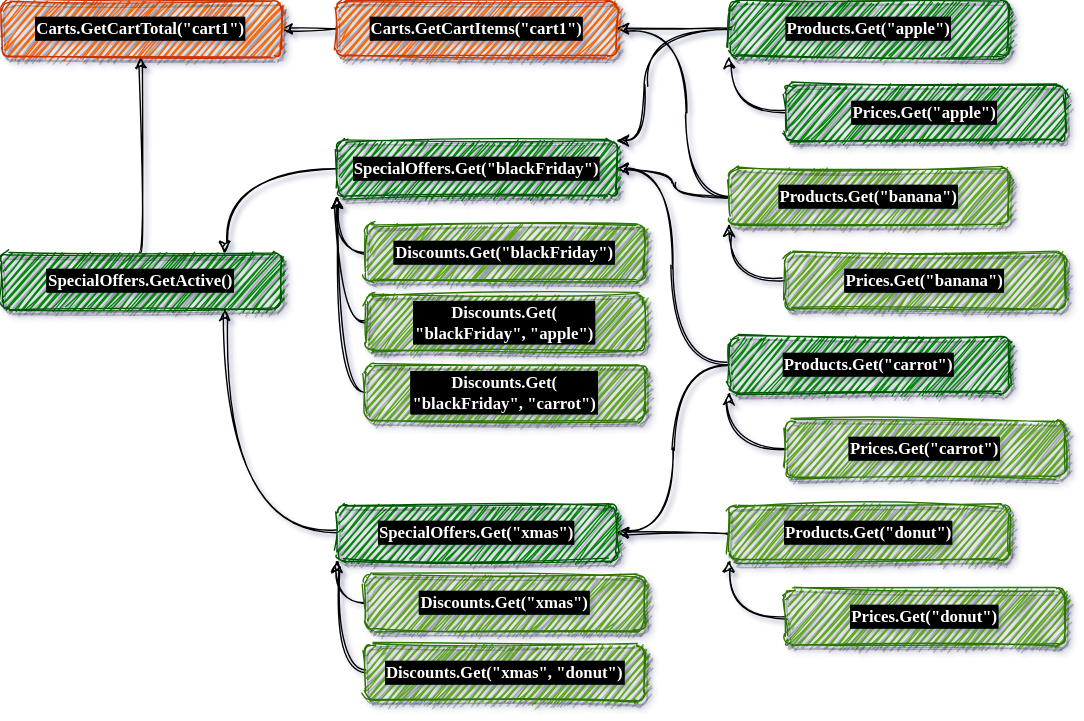
Before: Slides/Fusion_v2/diagrams/invalidation/5.dio.svg, a diagram exported from draw.io (alexyakunin/Stl.Fusion.Materials). Source tidied: cells renumbered, new cells last; positions are measured from the earlier drawing's top-left corner, leaving out a move shared by most shapes. Source of this version:
```xml
<mxGraphModel shadow="1">
  <root>
    <mxCell id="0" />
    <mxCell id="1" parent="0" />
    <mxCell id="2" style="edgeStyle=orthogonalEdgeStyle;orthogonalLoop=1;jettySize=auto;html=1;exitX=0;exitY=0.5;exitDx=0;exitDy=0;entryX=1;entryY=0.5;entryDx=0;entryDy=0;sketch=1;curved=1;" parent="1" edge="1">
      <mxGeometry relative="1" as="geometry">
        <mxPoint x="240" y="20" as="sourcePoint" />
        <mxPoint x="200" y="20" as="targetPoint" />
      </mxGeometry>
    </mxCell>
    <mxCell id="3" style="edgeStyle=orthogonalEdgeStyle;jettySize=auto;html=1;exitX=0;exitY=0.5;exitDx=0;exitDy=0;sketch=1;curved=1;" parent="1" edge="1" source="5">
      <mxGeometry relative="1" as="geometry">
        <mxPoint x="440" y="20" as="targetPoint" />
      </mxGeometry>
    </mxCell>
    <mxCell id="4" style="edgeStyle=orthogonalEdgeStyle;curved=1;rounded=0;sketch=1;jettySize=auto;html=1;exitX=0;exitY=0.5;exitDx=0;exitDy=0;entryX=1;entryY=0;entryDx=0;entryDy=0;" parent="1" edge="1" source="5" target="18">
      <mxGeometry relative="1" as="geometry">
        <Array as="points">
          <mxPoint x="460" y="20" />
          <mxPoint x="460" y="100" />
        </Array>
      </mxGeometry>
    </mxCell>
    <mxCell id="5" value="Products.Get(&quot;apple&quot;)" style="whiteSpace=wrap;html=1;fillColor=#008a00;strokeColor=#005700;fontColor=#ffffff;fontFamily=Comic Sans MS;fontStyle=1;labelBackgroundColor=#000000;labelBorderColor=#000000;strokeWidth=1;perimeterSpacing=0;shadow=1;glass=0;sketch=1;rounded=1;" parent="1" vertex="1">
      <mxGeometry x="520" width="200" height="40" as="geometry" />
    </mxCell>
    <mxCell id="6" style="edgeStyle=orthogonalEdgeStyle;curved=1;rounded=0;sketch=1;jettySize=auto;html=1;exitX=0.5;exitY=0;exitDx=0;exitDy=0;entryX=0.5;entryY=1;entryDx=0;entryDy=0;" parent="1" edge="1" source="7">
      <mxGeometry relative="1" as="geometry">
        <mxPoint x="100" y="40" as="targetPoint" />
      </mxGeometry>
    </mxCell>
    <mxCell id="7" value="SpecialOffers.GetActive()" style="whiteSpace=wrap;html=1;fillColor=#008a00;strokeColor=#005700;fontColor=#ffffff;fontFamily=Comic Sans MS;fontStyle=1;labelBackgroundColor=#000000;labelBorderColor=#000000;strokeWidth=1;perimeterSpacing=0;shadow=1;glass=0;sketch=1;rounded=1;" parent="1" vertex="1">
      <mxGeometry y="180" width="200" height="40" as="geometry" />
    </mxCell>
    <mxCell id="8" style="edgeStyle=orthogonalEdgeStyle;jettySize=auto;html=1;exitX=0;exitY=0.5;exitDx=0;exitDy=0;sketch=1;curved=1;" parent="1" edge="1" source="19" target="7">
      <mxGeometry relative="1" as="geometry">
        <Array as="points">
          <mxPoint x="160" y="380" />
        </Array>
      </mxGeometry>
    </mxCell>
    <mxCell id="9" style="edgeStyle=orthogonalEdgeStyle;jettySize=auto;html=1;exitX=0;exitY=0.5;exitDx=0;exitDy=0;entryX=1;entryY=0.5;entryDx=0;entryDy=0;sketch=1;curved=1;" parent="1" edge="1" source="11" target="18">
      <mxGeometry relative="1" as="geometry" />
    </mxCell>
    <mxCell id="10" style="edgeStyle=orthogonalEdgeStyle;jettySize=auto;html=1;exitX=0;exitY=0.5;exitDx=0;exitDy=0;entryX=1;entryY=0.5;entryDx=0;entryDy=0;sketch=1;curved=1;" parent="1" edge="1" source="11">
      <mxGeometry relative="1" as="geometry">
        <mxPoint x="440" y="20" as="targetPoint" />
        <Array as="points">
          <mxPoint x="490" y="140" />
          <mxPoint x="490" y="20" />
        </Array>
      </mxGeometry>
    </mxCell>
    <mxCell id="11" value="Products.Get(&quot;banana&quot;)" style="whiteSpace=wrap;html=1;fontFamily=Comic Sans MS;fontStyle=1;labelBackgroundColor=#000000;labelBorderColor=#000000;strokeWidth=1;perimeterSpacing=0;shadow=1;glass=0;sketch=1;rounded=1;fillColor=#60a917;strokeColor=#2D7600;fontColor=#ffffff;" parent="1" vertex="1">
      <mxGeometry x="520" y="120" width="200" height="40" as="geometry" />
    </mxCell>
    <mxCell id="12" style="edgeStyle=orthogonalEdgeStyle;jettySize=auto;html=1;exitX=0;exitY=0.5;exitDx=0;exitDy=0;entryX=1;entryY=0.5;entryDx=0;entryDy=0;sketch=1;curved=1;" parent="1" edge="1" source="14" target="18">
      <mxGeometry relative="1" as="geometry" />
    </mxCell>
    <mxCell id="13" style="edgeStyle=orthogonalEdgeStyle;jettySize=auto;html=1;exitX=0;exitY=0.5;exitDx=0;exitDy=0;entryX=1;entryY=0.5;entryDx=0;entryDy=0;sketch=1;curved=1;" parent="1" edge="1" source="14" target="19">
      <mxGeometry relative="1" as="geometry" />
    </mxCell>
    <mxCell id="14" value="Products.Get(&quot;carrot&quot;)" style="whiteSpace=wrap;html=1;fillColor=#008a00;strokeColor=#005700;fontColor=#ffffff;fontFamily=Comic Sans MS;fontStyle=1;labelBackgroundColor=#000000;labelBorderColor=#000000;strokeWidth=1;perimeterSpacing=0;shadow=1;glass=0;sketch=1;rounded=1;" parent="1" vertex="1">
      <mxGeometry x="520" y="240" width="200" height="40" as="geometry" />
    </mxCell>
    <mxCell id="15" style="edgeStyle=orthogonalEdgeStyle;jettySize=auto;html=1;exitX=0;exitY=0.5;exitDx=0;exitDy=0;sketch=1;curved=1;" parent="1" edge="1" source="16" target="19">
      <mxGeometry relative="1" as="geometry" />
    </mxCell>
    <mxCell id="16" value="Products.Get(&quot;donut&quot;)" style="whiteSpace=wrap;html=1;fillColor=#60a917;strokeColor=#2D7600;fontColor=#ffffff;fontFamily=Comic Sans MS;fontStyle=1;labelBackgroundColor=#000000;labelBorderColor=#000000;strokeWidth=1;perimeterSpacing=0;shadow=1;glass=0;sketch=1;rounded=1;" parent="1" vertex="1">
      <mxGeometry x="520" y="360" width="200" height="40" as="geometry" />
    </mxCell>
    <mxCell id="17" style="edgeStyle=orthogonalEdgeStyle;jettySize=auto;html=1;exitX=0;exitY=0.5;exitDx=0;exitDy=0;sketch=1;curved=1;" parent="1" edge="1" source="18" target="7">
      <mxGeometry relative="1" as="geometry">
        <Array as="points">
          <mxPoint x="160" y="120" />
        </Array>
      </mxGeometry>
    </mxCell>
    <mxCell id="18" value="SpecialOffers.Get(&quot;blackFriday&quot;)" style="whiteSpace=wrap;html=1;fillColor=#008a00;strokeColor=#005700;fontColor=#ffffff;fontFamily=Comic Sans MS;fontStyle=1;labelBackgroundColor=#000000;labelBorderColor=#000000;strokeWidth=1;perimeterSpacing=0;shadow=1;glass=0;sketch=1;rounded=1;" parent="1" vertex="1">
      <mxGeometry x="240" y="100" width="200" height="40" as="geometry" />
    </mxCell>
    <mxCell id="19" value="SpecialOffers.Get(&quot;xmas&quot;)" style="whiteSpace=wrap;html=1;fillColor=#008a00;strokeColor=#005700;fontColor=#ffffff;fontFamily=Comic Sans MS;fontStyle=1;labelBackgroundColor=#000000;labelBorderColor=#000000;strokeWidth=1;perimeterSpacing=0;shadow=1;glass=0;sketch=1;rounded=1;" parent="1" vertex="1">
      <mxGeometry x="240" y="360" width="200" height="40" as="geometry" />
    </mxCell>
    <mxCell id="20" style="edgeStyle=orthogonalEdgeStyle;jettySize=auto;html=1;exitX=0;exitY=0.5;exitDx=0;exitDy=0;entryX=0;entryY=1;entryDx=0;entryDy=0;sketch=1;curved=1;" parent="1" edge="1" source="21" target="5">
      <mxGeometry relative="1" as="geometry" />
    </mxCell>
    <mxCell id="21" value="Prices.Get(&quot;apple&quot;)" style="whiteSpace=wrap;html=1;fillColor=#008a00;strokeColor=#005700;fontColor=#ffffff;fontFamily=Comic Sans MS;fontStyle=1;labelBackgroundColor=#000000;labelBorderColor=#000000;strokeWidth=1;perimeterSpacing=0;shadow=1;glass=0;sketch=1;rounded=1;" parent="1" vertex="1">
      <mxGeometry x="560" y="60" width="200" height="40" as="geometry" />
    </mxCell>
    <mxCell id="22" style="edgeStyle=orthogonalEdgeStyle;jettySize=auto;html=1;exitX=0;exitY=0.5;exitDx=0;exitDy=0;entryX=0;entryY=1;entryDx=0;entryDy=0;sketch=1;curved=1;" parent="1" edge="1" source="23" target="14">
      <mxGeometry relative="1" as="geometry" />
    </mxCell>
    <mxCell id="23" value="Prices.Get(&quot;carrot&quot;)" style="whiteSpace=wrap;html=1;fillColor=#60a917;strokeColor=#2D7600;fontColor=#ffffff;fontFamily=Comic Sans MS;fontStyle=1;labelBackgroundColor=#000000;labelBorderColor=#000000;strokeWidth=1;perimeterSpacing=0;shadow=1;glass=0;sketch=1;rounded=1;" parent="1" vertex="1">
      <mxGeometry x="560" y="300" width="200" height="40" as="geometry" />
    </mxCell>
    <mxCell id="24" style="edgeStyle=orthogonalEdgeStyle;jettySize=auto;html=1;exitX=0;exitY=0.5;exitDx=0;exitDy=0;entryX=0;entryY=1;entryDx=0;entryDy=0;sketch=1;curved=1;" parent="1" edge="1" source="25" target="18">
      <mxGeometry relative="1" as="geometry" />
    </mxCell>
    <mxCell id="25" value="Discounts.Get(&quot;blackFriday&quot;)" style="whiteSpace=wrap;html=1;fillColor=#60a917;strokeColor=#2D7600;fontColor=#ffffff;fontFamily=Comic Sans MS;fontStyle=1;labelBackgroundColor=#000000;labelBorderColor=#000000;strokeWidth=1;perimeterSpacing=0;shadow=1;glass=0;sketch=1;rounded=1;" parent="1" vertex="1">
      <mxGeometry x="260" y="160" width="200" height="40" as="geometry" />
    </mxCell>
    <mxCell id="26" style="edgeStyle=orthogonalEdgeStyle;jettySize=auto;html=1;exitX=0;exitY=0.5;exitDx=0;exitDy=0;entryX=0;entryY=1;entryDx=0;entryDy=0;sketch=1;curved=1;" parent="1" edge="1" source="27" target="18">
      <mxGeometry relative="1" as="geometry" />
    </mxCell>
    <mxCell id="27" value="Discounts.Get(&lt;br&gt;&quot;blackFriday&quot;, &quot;apple&quot;)" style="whiteSpace=wrap;html=1;fillColor=#60a917;strokeColor=#2D7600;fontColor=#ffffff;fontFamily=Comic Sans MS;fontStyle=1;labelBackgroundColor=#000000;labelBorderColor=#000000;strokeWidth=1;perimeterSpacing=0;shadow=1;glass=0;sketch=1;rounded=1;" parent="1" vertex="1">
      <mxGeometry x="260" y="210" width="200" height="40" as="geometry" />
    </mxCell>
    <mxCell id="28" style="edgeStyle=orthogonalEdgeStyle;jettySize=auto;html=1;exitX=0;exitY=0.5;exitDx=0;exitDy=0;sketch=1;curved=1;" parent="1" edge="1" source="29">
      <mxGeometry relative="1" as="geometry">
        <mxPoint x="240" y="140" as="targetPoint" />
      </mxGeometry>
    </mxCell>
    <mxCell id="29" value="Discounts.Get(&lt;br&gt;&quot;blackFriday&quot;, &quot;carrot&quot;)" style="whiteSpace=wrap;html=1;fillColor=#60a917;strokeColor=#2D7600;fontColor=#ffffff;fontFamily=Comic Sans MS;fontStyle=1;labelBackgroundColor=#000000;labelBorderColor=#000000;strokeWidth=1;perimeterSpacing=0;shadow=1;glass=0;sketch=1;rounded=1;" parent="1" vertex="1">
      <mxGeometry x="260" y="260" width="200" height="40" as="geometry" />
    </mxCell>
    <mxCell id="30" style="edgeStyle=orthogonalEdgeStyle;jettySize=auto;html=1;exitX=0;exitY=0.5;exitDx=0;exitDy=0;entryX=0;entryY=1;entryDx=0;entryDy=0;sketch=1;curved=1;" parent="1" edge="1" source="31" target="19">
      <mxGeometry relative="1" as="geometry" />
    </mxCell>
    <mxCell id="31" value="Discounts.Get(&quot;xmas&quot;)" style="whiteSpace=wrap;html=1;fillColor=#60a917;strokeColor=#2D7600;fontColor=#ffffff;fontFamily=Comic Sans MS;fontStyle=1;labelBackgroundColor=#000000;labelBorderColor=#000000;strokeWidth=1;perimeterSpacing=0;shadow=1;glass=0;sketch=1;rounded=1;" parent="1" vertex="1">
      <mxGeometry x="260" y="410" width="200" height="40" as="geometry" />
    </mxCell>
    <mxCell id="32" style="edgeStyle=orthogonalEdgeStyle;jettySize=auto;html=1;exitX=0;exitY=0.5;exitDx=0;exitDy=0;sketch=1;curved=1;" parent="1" edge="1" source="33">
      <mxGeometry relative="1" as="geometry">
        <mxPoint x="240" y="400" as="targetPoint" />
      </mxGeometry>
    </mxCell>
    <mxCell id="33" value="Discounts.Get(&quot;xmas&quot;, &quot;donut&quot;)" style="whiteSpace=wrap;html=1;fillColor=#60a917;strokeColor=#2D7600;fontColor=#ffffff;fontFamily=Comic Sans MS;fontStyle=1;labelBackgroundColor=#000000;labelBorderColor=#000000;strokeWidth=1;perimeterSpacing=0;shadow=1;glass=0;sketch=1;rounded=1;" parent="1" vertex="1">
      <mxGeometry x="260" y="460" width="200" height="40" as="geometry" />
    </mxCell>
    <mxCell id="34" style="edgeStyle=orthogonalEdgeStyle;jettySize=auto;html=1;exitX=0;exitY=0.5;exitDx=0;exitDy=0;entryX=0;entryY=1;entryDx=0;entryDy=0;sketch=1;curved=1;" parent="1" edge="1" source="35" target="16">
      <mxGeometry relative="1" as="geometry" />
    </mxCell>
    <mxCell id="35" value="Prices.Get(&quot;donut&quot;)" style="whiteSpace=wrap;html=1;fillColor=#60a917;strokeColor=#2D7600;fontColor=#ffffff;fontFamily=Comic Sans MS;fontStyle=1;labelBackgroundColor=#000000;labelBorderColor=#000000;strokeWidth=1;perimeterSpacing=0;shadow=1;glass=0;sketch=1;rounded=1;" parent="1" vertex="1">
      <mxGeometry x="560" y="420" width="200" height="40" as="geometry" />
    </mxCell>
    <mxCell id="36" value="Carts.GetCartTotal(&quot;cart1&quot;)" style="whiteSpace=wrap;html=1;fontFamily=Comic Sans MS;fontStyle=1;labelBackgroundColor=#000000;labelBorderColor=#000000;strokeWidth=1;perimeterSpacing=0;shadow=1;glass=0;sketch=1;rounded=1;fillColor=#fa6800;strokeColor=#C73500;fontColor=#ffffff;" parent="1" vertex="1">
      <mxGeometry width="200" height="40" as="geometry" />
    </mxCell>
    <mxCell id="37" value="Carts.GetCartItems(&quot;cart1&quot;)" style="whiteSpace=wrap;html=1;fontFamily=Comic Sans MS;fontStyle=1;labelBackgroundColor=#000000;labelBorderColor=#000000;strokeWidth=1;perimeterSpacing=0;shadow=1;glass=0;sketch=1;rounded=1;fillColor=#fa6800;strokeColor=#C73500;fontColor=#ffffff;" parent="1" vertex="1">
      <mxGeometry x="240" width="200" height="40" as="geometry" />
    </mxCell>
    <mxCell id="38" style="edgeStyle=orthogonalEdgeStyle;jettySize=auto;html=1;exitX=0;exitY=0.5;exitDx=0;exitDy=0;entryX=0;entryY=1;entryDx=0;entryDy=0;sketch=1;curved=1;" parent="1" edge="1" source="39">
      <mxGeometry relative="1" as="geometry">
        <mxPoint x="520" y="160" as="targetPoint" />
      </mxGeometry>
    </mxCell>
    <mxCell id="39" value="Prices.Get(&quot;banana&quot;)" style="whiteSpace=wrap;html=1;fillColor=#60a917;strokeColor=#2D7600;fontColor=#ffffff;fontFamily=Comic Sans MS;fontStyle=1;labelBackgroundColor=#000000;labelBorderColor=#000000;strokeWidth=1;perimeterSpacing=0;shadow=1;glass=0;sketch=1;rounded=1;" parent="1" vertex="1">
      <mxGeometry x="560" y="180" width="200" height="40" as="geometry" />
    </mxCell>
  </root>
</mxGraphModel>
```
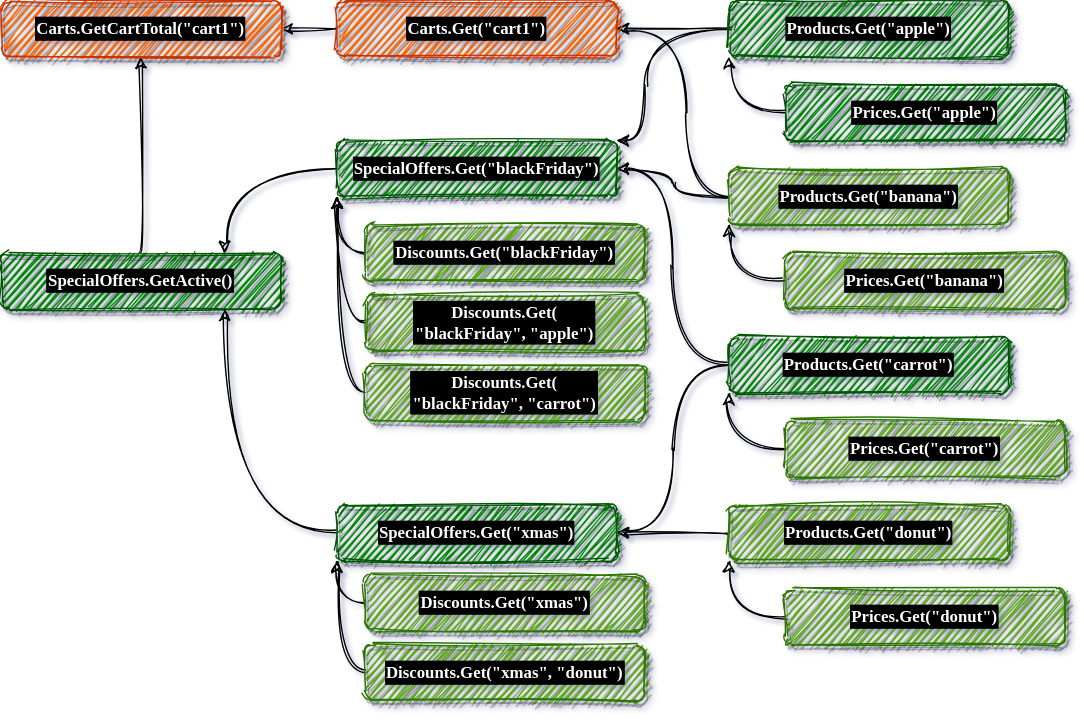
The same file after the commit.

Change to the diagram source:
```diff
@@ -137,7 +137,7 @@
     <mxCell id="36" value="Carts.GetCartTotal(&quot;cart1&quot;)" style="whiteSpace=wrap;html=1;fontFamily=Comic Sans MS;fontStyle=1;labelBackgroundColor=#000000;labelBorderColor=#000000;strokeWidth=1;perimeterSpacing=0;shadow=1;glass=0;sketch=1;rounded=1;fillColor=#fa6800;strokeColor=#C73500;fontColor=#ffffff;" parent="1" vertex="1">
       <mxGeometry width="200" height="40" as="geometry" />
     </mxCell>
-    <mxCell id="37" value="Carts.GetCartItems(&quot;cart1&quot;)" style="whiteSpace=wrap;html=1;fontFamily=Comic Sans MS;fontStyle=1;labelBackgroundColor=#000000;labelBorderColor=#000000;strokeWidth=1;perimeterSpacing=0;shadow=1;glass=0;sketch=1;rounded=1;fillColor=#fa6800;strokeColor=#C73500;fontColor=#ffffff;" parent="1" vertex="1">
+    <mxCell id="37" value="Carts.Get(&quot;cart1&quot;)" style="whiteSpace=wrap;html=1;fontFamily=Comic Sans MS;fontStyle=1;labelBackgroundColor=#000000;labelBorderColor=#000000;strokeWidth=1;perimeterSpacing=0;shadow=1;glass=0;sketch=1;rounded=1;fillColor=#fa6800;strokeColor=#C73500;fontColor=#ffffff;" parent="1" vertex="1">
       <mxGeometry x="240" width="200" height="40" as="geometry" />
     </mxCell>
     <mxCell id="38" style="edgeStyle=orthogonalEdgeStyle;jettySize=auto;html=1;exitX=0;exitY=0.5;exitDx=0;exitDy=0;entryX=0;entryY=1;entryDx=0;entryDy=0;sketch=1;curved=1;" parent="1" edge="1" source="39">
```
